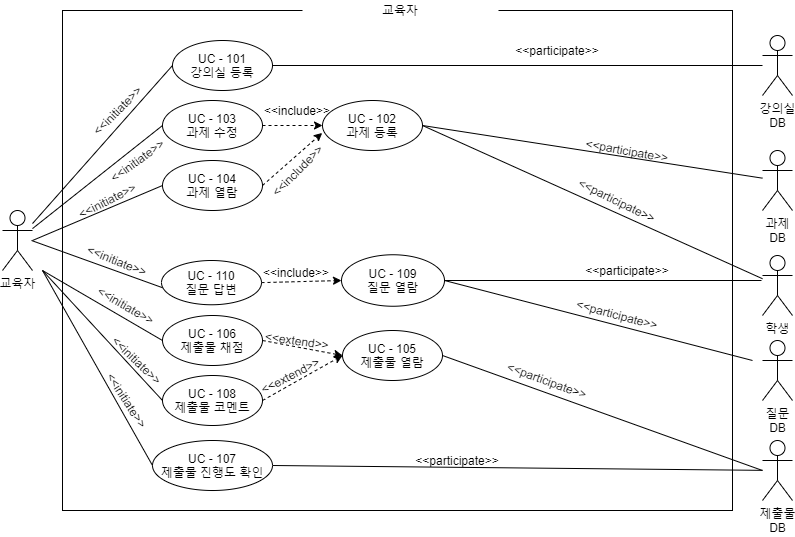
The draw.io diagram Use Case/Module1_Educator/img/교육자 UC Diagram.png in SSSSEN666789/SPAMS, before a commit. Source tidied: cells renumbered, new cells last; positions are measured from the earlier drawing's top-left corner, leaving out a move shared by most shapes.
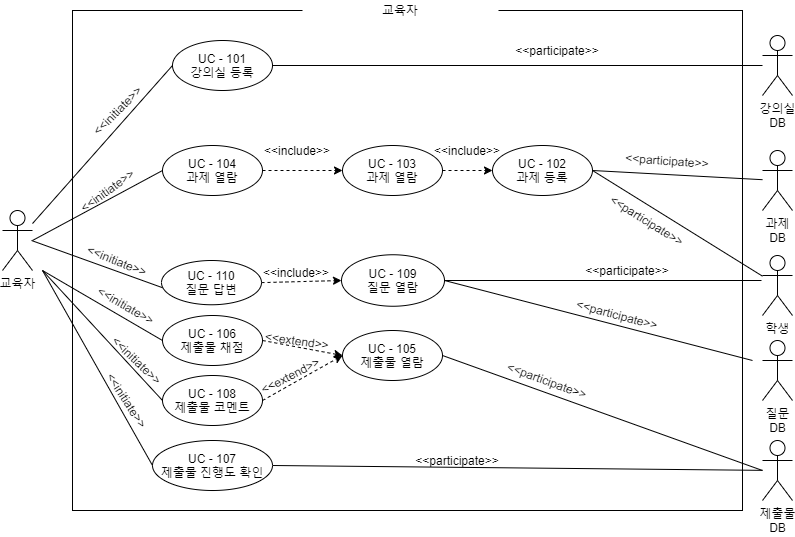
Later version of the same file.

The edit, as a diff of the source:
```diff
@@ -3,7 +3,7 @@
     <mxCell id="0" />
     <mxCell id="1" parent="0" />
     <mxCell id="2" style="rounded=0;whiteSpace=wrap;html=1;" parent="1" vertex="1">
-      <mxGeometry x="60" y="10" width="670" height="500" as="geometry" />
+      <mxGeometry x="70" y="10" width="670" height="500" as="geometry" />
     </mxCell>
     <mxCell id="3" value="교육자" style="text;html=1;strokeColor=none;align=center;verticalAlign=middle;whiteSpace=wrap;rounded=0;fillColor=#ffffff;" parent="1" vertex="1">
       <mxGeometry x="300" width="196" height="20" as="geometry" />
@@ -24,19 +24,16 @@
       <mxGeometry relative="1" as="geometry" />
     </mxCell>
     <mxCell id="9" value="UC - 102&lt;br&gt;과제&amp;nbsp;등록" style="ellipse;whiteSpace=wrap;html=1;" parent="1" vertex="1">
-      <mxGeometry x="320" y="100" width="100" height="50" as="geometry" />
+      <mxGeometry x="490" y="145" width="100" height="50" as="geometry" />
     </mxCell>
-    <mxCell id="10" style="edgeStyle=none;rounded=0;jettySize=auto;html=1;exitX=0;exitY=0.5;exitDx=0;exitDy=0;startArrow=none;startFill=0;endArrow=none;endFill=0;" parent="1" edge="1" source="12" target="4">
-      <mxGeometry relative="1" as="geometry" />
-    </mxCell>
     <mxCell id="11" style="edgeStyle=none;rounded=0;jettySize=auto;html=1;exitX=1;exitY=0.5;exitDx=0;exitDy=0;entryX=0;entryY=0.5;entryDx=0;entryDy=0;dashed=1;startArrow=none;startFill=0;endArrow=classic;endFill=1;" parent="1" edge="1" source="12" target="9">
       <mxGeometry relative="1" as="geometry" />
     </mxCell>
-    <mxCell id="12" value="UC - 103&lt;br&gt;과제 수정" style="ellipse;whiteSpace=wrap;html=1;" parent="1" vertex="1">
-      <mxGeometry x="160" y="100" width="100" height="50" as="geometry" />
+    <mxCell id="12" value="UC - 103&lt;br&gt;과제 열람" style="ellipse;whiteSpace=wrap;html=1;" parent="1" vertex="1">
+      <mxGeometry x="340" y="145" width="100" height="50" as="geometry" />
     </mxCell>
     <mxCell id="13" value="&amp;lt;&amp;lt;include&amp;gt;&amp;gt;" style="text;html=1;strokeColor=none;fillColor=none;align=center;verticalAlign=middle;whiteSpace=wrap;rounded=0;rotation=0;" parent="1" vertex="1">
-      <mxGeometry x="260" y="100" width="70" height="20" as="geometry" />
+      <mxGeometry x="430" y="140" width="70" height="20" as="geometry" />
     </mxCell>
     <mxCell id="14" style="edgeStyle=none;rounded=0;jettySize=auto;html=1;entryX=1;entryY=0.5;entryDx=0;entryDy=0;startArrow=none;startFill=0;endArrow=none;endFill=0;" parent="1" edge="1" source="15" target="6">
       <mxGeometry relative="1" as="geometry" />
@@ -50,14 +47,11 @@
     <mxCell id="17" value="&amp;lt;&amp;lt;initiate&amp;gt;&amp;gt;" style="text;html=1;strokeColor=none;fillColor=none;align=center;verticalAlign=middle;whiteSpace=wrap;rounded=0;rotation=-45;" parent="1" vertex="1">
       <mxGeometry x="80" y="100" width="70" height="20" as="geometry" />
     </mxCell>
-    <mxCell id="18" value="&amp;lt;&amp;lt;initiate&amp;gt;&amp;gt;" style="text;html=1;strokeColor=none;fillColor=none;align=center;verticalAlign=middle;whiteSpace=wrap;rounded=0;rotation=324;" parent="1" vertex="1">
-      <mxGeometry x="100" y="150" width="70" height="20" as="geometry" />
-    </mxCell>
     <mxCell id="19" value="&amp;lt;&amp;lt;participate&amp;gt;&amp;gt;" style="text;html=1;strokeColor=none;fillColor=none;align=center;verticalAlign=middle;whiteSpace=wrap;rounded=0;" parent="1" vertex="1">
       <mxGeometry x="520" y="40" width="70" height="20" as="geometry" />
     </mxCell>
     <mxCell id="20" value="UC - 104&lt;br&gt;과제 열람" style="ellipse;whiteSpace=wrap;html=1;" parent="1" vertex="1">
-      <mxGeometry x="160" y="160" width="100" height="50" as="geometry" />
+      <mxGeometry x="160" y="145" width="100" height="50" as="geometry" />
     </mxCell>
     <mxCell id="21" style="edgeStyle=none;rounded=0;jettySize=auto;html=1;exitX=1;exitY=0.5;exitDx=0;exitDy=0;startArrow=none;startFill=0;endArrow=none;endFill=0;" parent="1" edge="1" source="22" target="25">
       <mxGeometry relative="1" as="geometry" />
@@ -85,8 +79,8 @@
     <mxCell id="28" value="&amp;lt;&amp;lt;extend&amp;gt;&amp;gt;" style="text;html=1;strokeColor=none;fillColor=none;align=center;verticalAlign=middle;whiteSpace=wrap;rounded=0;rotation=8;" parent="1" vertex="1">
       <mxGeometry x="260" y="330" width="70" height="20" as="geometry" />
     </mxCell>
-    <mxCell id="29" value="&amp;lt;&amp;lt;participate&amp;gt;&amp;gt;" style="text;html=1;strokeColor=none;fillColor=none;align=center;verticalAlign=middle;whiteSpace=wrap;rounded=0;rotation=10;" parent="1" vertex="1">
-      <mxGeometry x="590" y="140" width="70" height="20" as="geometry" />
+    <mxCell id="29" value="&amp;lt;&amp;lt;participate&amp;gt;&amp;gt;" style="text;html=1;strokeColor=none;fillColor=none;align=center;verticalAlign=middle;whiteSpace=wrap;rounded=0;rotation=4;" parent="1" vertex="1">
+      <mxGeometry x="630" y="150" width="70" height="20" as="geometry" />
     </mxCell>
     <mxCell id="30" value="&amp;lt;&amp;lt;participate&amp;gt;&amp;gt;" style="text;html=1;strokeColor=none;fillColor=none;align=center;verticalAlign=middle;whiteSpace=wrap;rounded=0;rotation=20;" parent="1" vertex="1">
       <mxGeometry x="510" y="370" width="70" height="20" as="geometry" />
@@ -94,22 +88,22 @@
     <mxCell id="31" value="&amp;lt;&amp;lt;participate&amp;gt;&amp;gt;" style="text;html=1;strokeColor=none;fillColor=none;align=center;verticalAlign=middle;whiteSpace=wrap;rounded=0;rotation=0;" parent="1" vertex="1">
       <mxGeometry x="420" y="450" width="70" height="20" as="geometry" />
     </mxCell>
-    <mxCell id="32" value="&amp;lt;&amp;lt;participate&amp;gt;&amp;gt;" style="text;html=1;strokeColor=none;fillColor=none;align=center;verticalAlign=middle;whiteSpace=wrap;rounded=0;rotation=26;" parent="1" vertex="1">
-      <mxGeometry x="580" y="190" width="70" height="20" as="geometry" />
+    <mxCell id="32" value="&amp;lt;&amp;lt;participate&amp;gt;&amp;gt;" style="text;html=1;strokeColor=none;fillColor=none;align=center;verticalAlign=middle;whiteSpace=wrap;rounded=0;rotation=32;" parent="1" vertex="1">
+      <mxGeometry x="610" y="210" width="70" height="20" as="geometry" />
     </mxCell>
-    <mxCell id="33" style="edgeStyle=none;rounded=0;jettySize=auto;html=1;exitX=1;exitY=0.5;exitDx=0;exitDy=0;entryX=-0.003;entryY=0.649;entryDx=0;entryDy=0;dashed=1;startArrow=none;startFill=0;endArrow=classic;endFill=1;entryPerimeter=0;" parent="1" edge="1" source="20" target="9">
+    <mxCell id="33" style="edgeStyle=none;rounded=0;jettySize=auto;html=1;exitX=1;exitY=0.5;exitDx=0;exitDy=0;entryX=0;entryY=0.5;entryDx=0;entryDy=0;dashed=1;startArrow=none;startFill=0;endArrow=classic;endFill=1;" parent="1" edge="1" source="20" target="12">
       <mxGeometry relative="1" as="geometry" />
     </mxCell>
-    <mxCell id="34" value="&amp;lt;&amp;lt;include&amp;gt;&amp;gt;" style="text;html=1;strokeColor=none;fillColor=none;align=center;verticalAlign=middle;whiteSpace=wrap;rounded=0;rotation=-45;" parent="1" vertex="1">
-      <mxGeometry x="260" y="160" width="70" height="20" as="geometry" />
+    <mxCell id="34" value="&amp;lt;&amp;lt;include&amp;gt;&amp;gt;" style="text;html=1;strokeColor=none;fillColor=none;align=center;verticalAlign=middle;whiteSpace=wrap;rounded=0;rotation=0;" parent="1" vertex="1">
+      <mxGeometry x="260" y="140" width="70" height="20" as="geometry" />
     </mxCell>
     <mxCell id="35" style="edgeStyle=none;rounded=0;jettySize=auto;html=1;exitX=0;exitY=0.5;exitDx=0;exitDy=0;startArrow=none;startFill=0;endArrow=none;endFill=0;" parent="1" edge="1" source="20">
       <mxGeometry relative="1" as="geometry">
         <mxPoint x="30" y="240" as="targetPoint" />
       </mxGeometry>
     </mxCell>
-    <mxCell id="36" value="&amp;lt;&amp;lt;initiate&amp;gt;&amp;gt;" style="text;html=1;strokeColor=none;fillColor=none;align=center;verticalAlign=middle;whiteSpace=wrap;rounded=0;rotation=333;" parent="1" vertex="1">
-      <mxGeometry x="70" y="190" width="70" height="20" as="geometry" />
+    <mxCell id="36" value="&amp;lt;&amp;lt;initiate&amp;gt;&amp;gt;" style="text;html=1;strokeColor=none;fillColor=none;align=center;verticalAlign=middle;whiteSpace=wrap;rounded=0;rotation=324;" parent="1" vertex="1">
+      <mxGeometry x="70" y="180" width="70" height="20" as="geometry" />
     </mxCell>
     <mxCell id="37" value="UC - 106&lt;br&gt;제출물 채점" style="ellipse;whiteSpace=wrap;html=1;" parent="1" vertex="1">
       <mxGeometry x="160" y="315" width="100" height="50" as="geometry" />
```
